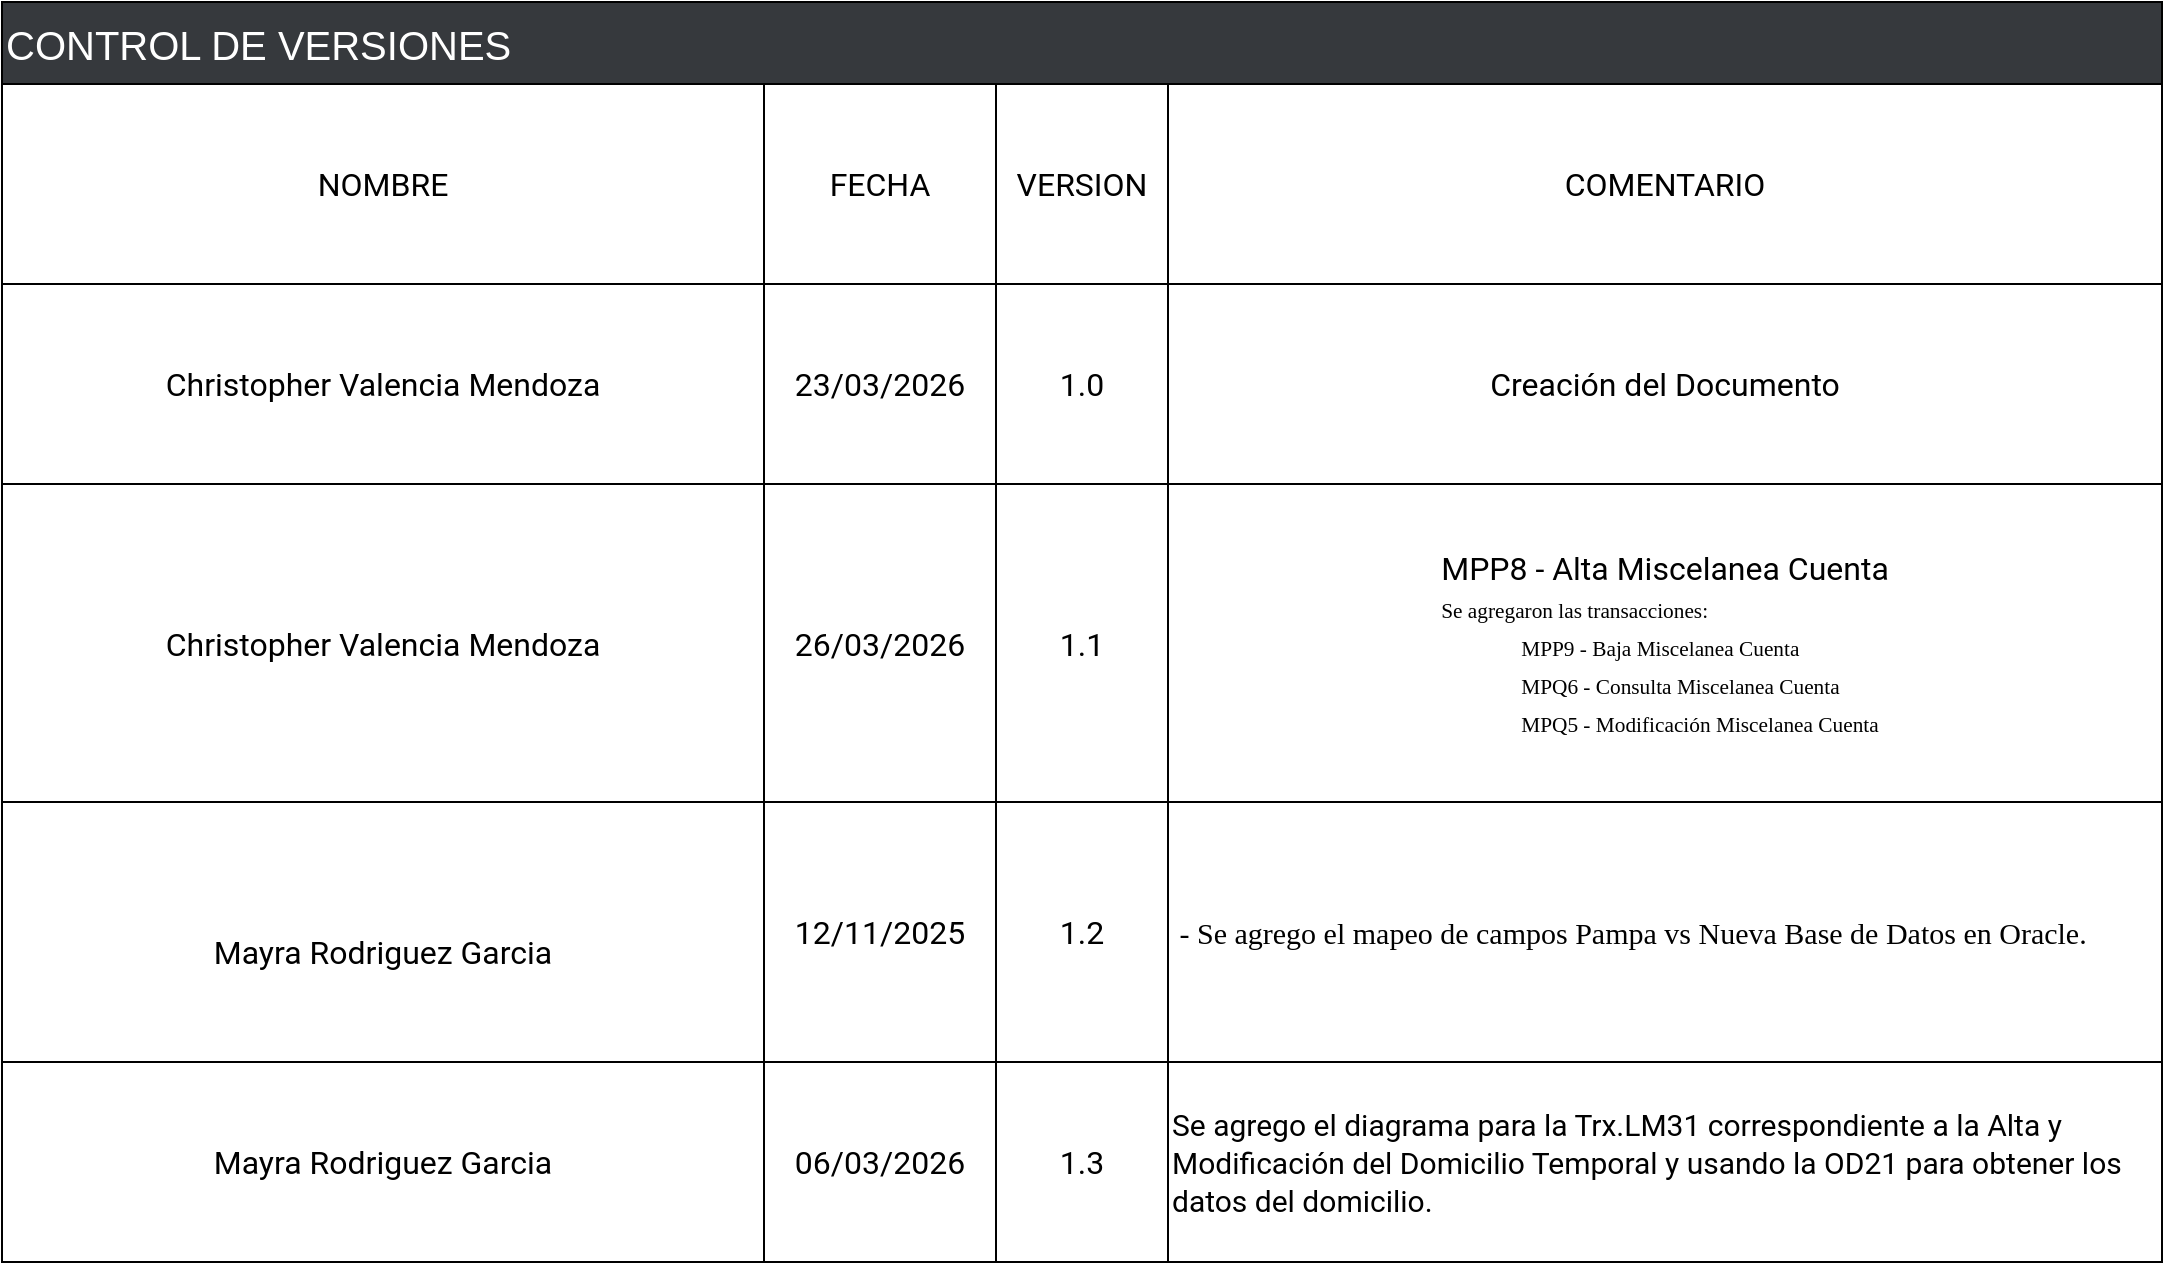
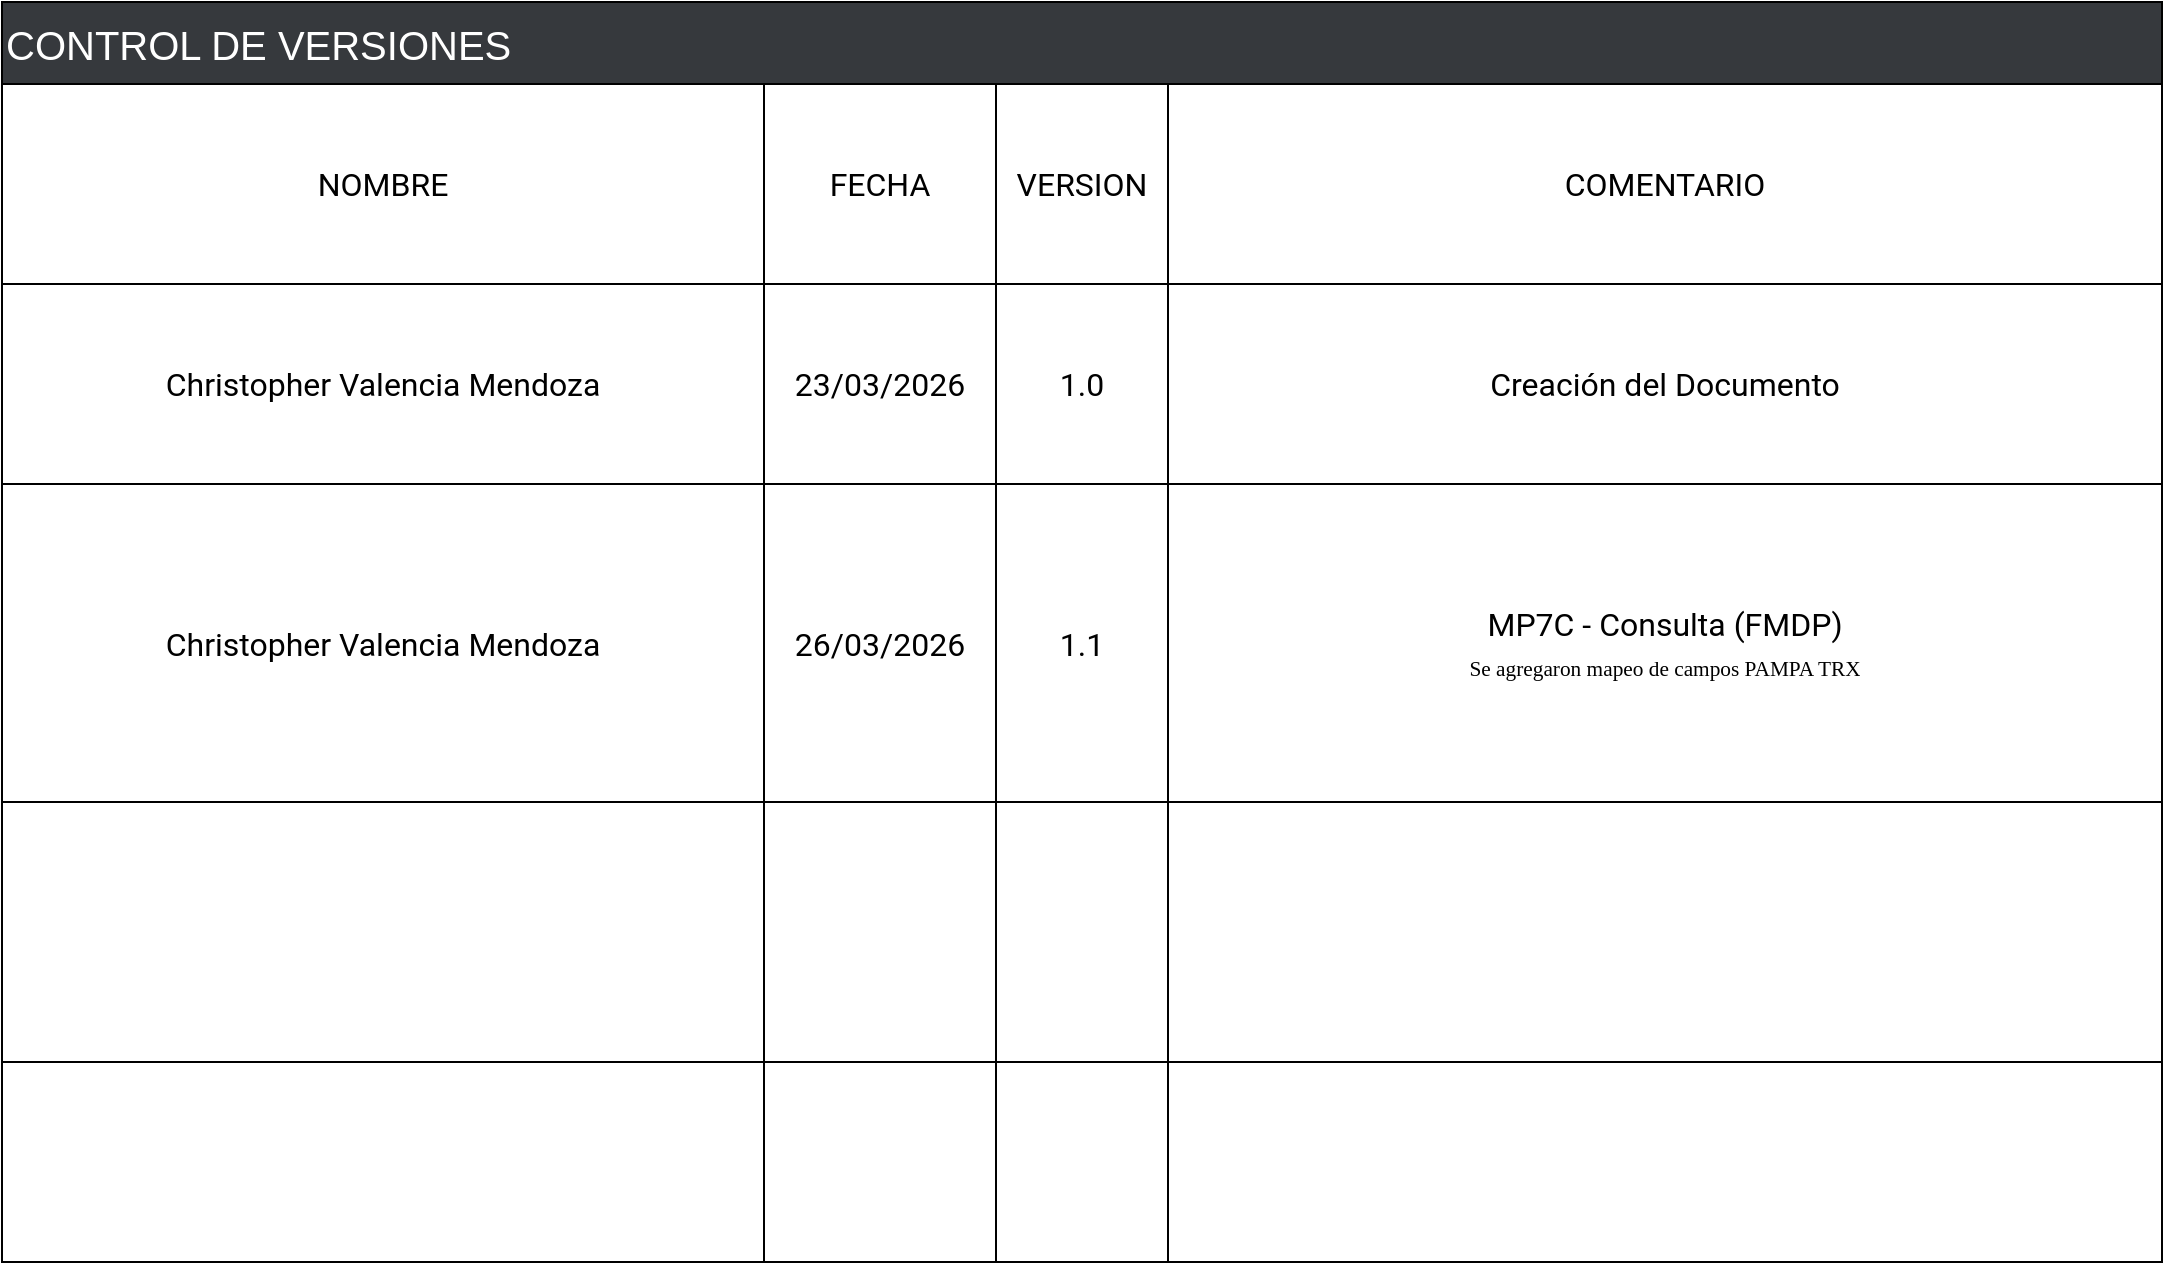
<mxfile host="app.diagrams.net" agent="Mozilla/5.0 (Windows NT 10.0; Win64; x64) AppleWebKit/537.36 (KHTML, like Gecko) Chrome/146.0.0.0 Safari/537.36">
-   <diagram name="Página-1" id="HULUK8qOnNXnypZfuoQ4">
-     <mxGraphModel dx="2171" dy="1400" grid="1" gridSize="10" guides="1" tooltips="1" connect="1" arrows="1" fold="1" page="1" pageScale="1" pageWidth="827" pageHeight="1169" math="0" shadow="0">
+   <diagram name="Versiones" id="HULUK8qOnNXnypZfuoQ4">
+     <mxGraphModel dx="1900" dy="1225" grid="1" gridSize="10" guides="1" tooltips="1" connect="1" arrows="1" fold="1" page="1" pageScale="1" pageWidth="827" pageHeight="1169" math="0" shadow="0">
      <root>
        <mxCell id="0" />
        <mxCell id="1" parent="0" />
        <mxCell id="07AL33FNX4EDTWu7AP5l-1" parent="1" style="shape=table;startSize=0;container=1;collapsible=0;childLayout=tableLayout;fontFamily=Roboto;fontSource=https://fonts.googleapis.com/css?family=Roboto;fontSize=16;strokeWidth=1;align=center;" value="" vertex="1">
          <mxGeometry height="589" width="1080" x="200" y="311" as="geometry" />
        </mxCell>
        <mxCell id="07AL33FNX4EDTWu7AP5l-2" parent="07AL33FNX4EDTWu7AP5l-1" style="shape=partialRectangle;collapsible=0;dropTarget=0;pointerEvents=0;fillColor=none;top=0;left=0;bottom=0;right=0;points=[[0,0.5],[1,0.5]];portConstraint=eastwest;fontFamily=Roboto;fontSource=https://fonts.googleapis.com/css?family=Roboto;fontSize=16;strokeWidth=1;" value="" vertex="1">
          <mxGeometry height="100" width="1080" as="geometry" />
        </mxCell>
        <mxCell id="07AL33FNX4EDTWu7AP5l-3" parent="07AL33FNX4EDTWu7AP5l-2" style="shape=partialRectangle;html=1;whiteSpace=wrap;connectable=0;overflow=hidden;fillColor=none;top=0;left=0;bottom=0;right=0;pointerEvents=1;fontFamily=Roboto;fontSource=https://fonts.googleapis.com/css?family=Roboto;fontSize=16;strokeWidth=1;" value="NOMBRE" vertex="1">
          <mxGeometry height="100" width="381" as="geometry">
            <mxRectangle height="100" width="381" as="alternateBounds" />
          </mxGeometry>
        </mxCell>
        <mxCell id="07AL33FNX4EDTWu7AP5l-4" parent="07AL33FNX4EDTWu7AP5l-2" style="shape=partialRectangle;html=1;whiteSpace=wrap;connectable=0;overflow=hidden;fillColor=none;top=0;left=0;bottom=0;right=0;pointerEvents=1;fontFamily=Roboto;fontSource=https://fonts.googleapis.com/css?family=Roboto;fontSize=16;strokeWidth=1;" value="FECHA" vertex="1">
          <mxGeometry height="100" width="116" x="381" as="geometry">
            <mxRectangle height="100" width="116" as="alternateBounds" />
          </mxGeometry>
        </mxCell>
        <mxCell id="07AL33FNX4EDTWu7AP5l-5" parent="07AL33FNX4EDTWu7AP5l-2" style="shape=partialRectangle;html=1;whiteSpace=wrap;connectable=0;overflow=hidden;fillColor=none;top=0;left=0;bottom=0;right=0;pointerEvents=1;fontFamily=Roboto;fontSource=https://fonts.googleapis.com/css?family=Roboto;fontSize=16;strokeWidth=1;" value="VERSION" vertex="1">
          <mxGeometry height="100" width="86" x="497" as="geometry">
            <mxRectangle height="100" width="86" as="alternateBounds" />
          </mxGeometry>
        </mxCell>
        <mxCell id="07AL33FNX4EDTWu7AP5l-6" parent="07AL33FNX4EDTWu7AP5l-2" style="shape=partialRectangle;html=1;whiteSpace=wrap;connectable=0;overflow=hidden;fillColor=none;top=0;left=0;bottom=0;right=0;pointerEvents=1;fontFamily=Roboto;fontSource=https://fonts.googleapis.com/css?family=Roboto;fontSize=16;strokeWidth=1;" value="COMENTARIO" vertex="1">
          <mxGeometry height="100" width="497" x="583" as="geometry">
            <mxRectangle height="100" width="497" as="alternateBounds" />
          </mxGeometry>
        </mxCell>
        <mxCell id="07AL33FNX4EDTWu7AP5l-7" parent="07AL33FNX4EDTWu7AP5l-1" style="shape=partialRectangle;collapsible=0;dropTarget=0;pointerEvents=0;fillColor=none;top=0;left=0;bottom=0;right=0;points=[[0,0.5],[1,0.5]];portConstraint=eastwest;fontFamily=Roboto;fontSource=https://fonts.googleapis.com/css?family=Roboto;fontSize=16;strokeWidth=1;align=center;" value="" vertex="1">
          <mxGeometry height="100" width="1080" y="100" as="geometry" />
        </mxCell>
        <mxCell id="07AL33FNX4EDTWu7AP5l-8" parent="07AL33FNX4EDTWu7AP5l-7" style="shape=partialRectangle;html=1;whiteSpace=wrap;connectable=0;overflow=hidden;fillColor=none;top=0;left=0;bottom=0;right=0;pointerEvents=1;fontFamily=Roboto;fontSource=https://fonts.googleapis.com/css?family=Roboto;fontSize=16;strokeWidth=1;" value="Christopher Valencia Mendoza" vertex="1">
          <mxGeometry height="100" width="381" as="geometry">
            <mxRectangle height="100" width="381" as="alternateBounds" />
          </mxGeometry>
        </mxCell>
        <mxCell id="07AL33FNX4EDTWu7AP5l-9" parent="07AL33FNX4EDTWu7AP5l-7" style="shape=partialRectangle;html=1;whiteSpace=wrap;connectable=0;overflow=hidden;fillColor=none;top=0;left=0;bottom=0;right=0;pointerEvents=1;fontFamily=Roboto;fontSource=https://fonts.googleapis.com/css?family=Roboto;fontSize=16;strokeWidth=1;" value="23/03/2026" vertex="1">
          <mxGeometry height="100" width="116" x="381" as="geometry">
            <mxRectangle height="100" width="116" as="alternateBounds" />
          </mxGeometry>
        </mxCell>
        <mxCell id="07AL33FNX4EDTWu7AP5l-10" parent="07AL33FNX4EDTWu7AP5l-7" style="shape=partialRectangle;html=1;whiteSpace=wrap;connectable=0;overflow=hidden;fillColor=none;top=0;left=0;bottom=0;right=0;pointerEvents=1;fontFamily=Roboto;fontSource=https://fonts.googleapis.com/css?family=Roboto;fontSize=16;strokeWidth=1;" value="1.0" vertex="1">
          <mxGeometry height="100" width="86" x="497" as="geometry">
            <mxRectangle height="100" width="86" as="alternateBounds" />
          </mxGeometry>
        </mxCell>
        <mxCell id="07AL33FNX4EDTWu7AP5l-11" parent="07AL33FNX4EDTWu7AP5l-7" style="shape=partialRectangle;html=1;whiteSpace=wrap;connectable=0;overflow=hidden;fillColor=none;top=0;left=0;bottom=0;right=0;pointerEvents=1;fontFamily=Roboto;fontSource=https://fonts.googleapis.com/css?family=Roboto;fontSize=16;strokeWidth=1;align=center;" value="Creación del Documento" vertex="1">
          <mxGeometry height="100" width="497" x="583" as="geometry">
            <mxRectangle height="100" width="497" as="alternateBounds" />
          </mxGeometry>
        </mxCell>
        <mxCell id="07AL33FNX4EDTWu7AP5l-12" parent="07AL33FNX4EDTWu7AP5l-1" style="shape=partialRectangle;collapsible=0;dropTarget=0;pointerEvents=0;fillColor=none;top=0;left=0;bottom=0;right=0;points=[[0,0.5],[1,0.5]];portConstraint=eastwest;fontFamily=Roboto;fontSource=https://fonts.googleapis.com/css?family=Roboto;fontSize=16;strokeWidth=1;" value="" vertex="1">
          <mxGeometry height="159" width="1080" y="200" as="geometry" />
        </mxCell>
        <mxCell id="07AL33FNX4EDTWu7AP5l-13" parent="07AL33FNX4EDTWu7AP5l-12" style="shape=partialRectangle;html=1;whiteSpace=wrap;connectable=0;overflow=hidden;fillColor=none;top=0;left=0;bottom=0;right=0;pointerEvents=1;fontFamily=Roboto;fontSource=https://fonts.googleapis.com/css?family=Roboto;fontSize=16;strokeWidth=1;" value="Christopher Valencia Mendoza" vertex="1">
          <mxGeometry height="159" width="381" as="geometry">
            <mxRectangle height="159" width="381" as="alternateBounds" />
          </mxGeometry>
        </mxCell>
        <mxCell id="07AL33FNX4EDTWu7AP5l-14" parent="07AL33FNX4EDTWu7AP5l-12" style="shape=partialRectangle;html=1;whiteSpace=wrap;connectable=0;overflow=hidden;fillColor=none;top=0;left=0;bottom=0;right=0;pointerEvents=1;fontFamily=Roboto;fontSource=https://fonts.googleapis.com/css?family=Roboto;fontSize=16;strokeWidth=1;" value="26/03/2026" vertex="1">
          <mxGeometry height="159" width="116" x="381" as="geometry">
            <mxRectangle height="159" width="116" as="alternateBounds" />
          </mxGeometry>
        </mxCell>
        <mxCell id="07AL33FNX4EDTWu7AP5l-15" parent="07AL33FNX4EDTWu7AP5l-12" style="shape=partialRectangle;html=1;whiteSpace=wrap;connectable=0;overflow=hidden;fillColor=none;top=0;left=0;bottom=0;right=0;pointerEvents=1;fontFamily=Roboto;fontSource=https://fonts.googleapis.com/css?family=Roboto;fontSize=16;strokeWidth=1;" value="1.1" vertex="1">
          <mxGeometry height="159" width="86" x="497" as="geometry">
            <mxRectangle height="159" width="86" as="alternateBounds" />
          </mxGeometry>
        </mxCell>
-         <mxCell id="07AL33FNX4EDTWu7AP5l-16" parent="07AL33FNX4EDTWu7AP5l-12" style="shape=partialRectangle;html=1;whiteSpace=wrap;connectable=0;overflow=hidden;fillColor=none;top=0;left=0;bottom=0;right=0;pointerEvents=1;fontFamily=Roboto;fontSource=https://fonts.googleapis.com/css?family=Roboto;fontSize=16;strokeWidth=1;align=center;" value="&lt;div style=&quot;&quot;&gt;&lt;font&gt;&lt;span style=&quot;background-color: transparent; color: light-dark(rgb(0, 0, 0), rgb(255, 255, 255));&quot;&gt;MPP8 - Alta Miscelanea Cuenta&lt;/span&gt;&lt;/font&gt;&lt;/div&gt;&lt;div style=&quot;text-align: start;&quot;&gt;&lt;font face=&quot;Calibri&quot;&gt;&lt;span style=&quot;font-size: 10.6667px; white-space-collapse: preserve; background-color: rgb(255, 255, 255);&quot;&gt;Se agregaron las transacciones:&lt;/span&gt;&lt;/font&gt;&lt;/div&gt;&lt;blockquote style=&quot;margin: 0 0 0 40px; border: none; padding: 0px;&quot;&gt;&lt;div style=&quot;text-align: start;&quot;&gt;&lt;font face=&quot;Calibri&quot;&gt;&lt;span style=&quot;font-size: 10.6667px; white-space-collapse: preserve; background-color: rgb(255, 255, 255);&quot;&gt;MPP9 - Baja Miscelanea Cuenta&lt;/span&gt;&lt;/font&gt;&lt;/div&gt;&lt;div style=&quot;text-align: start;&quot;&gt;&lt;font face=&quot;Calibri&quot;&gt;&lt;span style=&quot;font-size: 10.6667px; white-space-collapse: preserve; background-color: rgb(255, 255, 255);&quot;&gt;MPQ6 - Consulta &lt;/span&gt;&lt;/font&gt;&lt;span style=&quot;background-color: rgb(255, 255, 255); font-family: Calibri; font-size: 10.6667px; white-space-collapse: preserve; color: light-dark(rgb(0, 0, 0), rgb(255, 255, 255));&quot;&gt;Miscelanea Cuenta&lt;/span&gt;&lt;/div&gt;&lt;div style=&quot;text-align: start;&quot;&gt;&lt;span style=&quot;background-color: rgb(255, 255, 255); font-family: Calibri; font-size: 10.6667px; white-space-collapse: preserve; color: light-dark(rgb(0, 0, 0), rgb(255, 255, 255));&quot;&gt;MPQ5 - Modificación &lt;/span&gt;&lt;span style=&quot;background-color: rgb(255, 255, 255); font-family: Calibri; font-size: 10.6667px; white-space-collapse: preserve; color: light-dark(rgb(0, 0, 0), rgb(255, 255, 255));&quot;&gt;Miscelanea Cuenta&lt;/span&gt;&lt;/div&gt;&lt;/blockquote&gt;" vertex="1">
+         <mxCell id="07AL33FNX4EDTWu7AP5l-16" parent="07AL33FNX4EDTWu7AP5l-12" style="shape=partialRectangle;html=1;whiteSpace=wrap;connectable=0;overflow=hidden;fillColor=none;top=0;left=0;bottom=0;right=0;pointerEvents=1;fontFamily=Roboto;fontSource=https://fonts.googleapis.com/css?family=Roboto;fontSize=16;strokeWidth=1;align=center;" value="&lt;div style=&quot;&quot;&gt;&lt;font&gt;&lt;span style=&quot;background-color: transparent; color: light-dark(rgb(0, 0, 0), rgb(255, 255, 255));&quot;&gt;MP7C - Consulta (FMDP)&lt;/span&gt;&lt;/font&gt;&lt;/div&gt;&lt;div style=&quot;text-align: start;&quot;&gt;&lt;font face=&quot;Calibri&quot;&gt;&lt;span style=&quot;font-size: 10.6667px; white-space-collapse: preserve; background-color: rgb(255, 255, 255);&quot;&gt;Se agregaron mapeo de campos PAMPA TRX&lt;/span&gt;&lt;/font&gt;&lt;/div&gt;" vertex="1">
          <mxGeometry height="159" width="497" x="583" as="geometry">
            <mxRectangle height="159" width="497" as="alternateBounds" />
          </mxGeometry>
        </mxCell>
        <mxCell id="07AL33FNX4EDTWu7AP5l-17" parent="07AL33FNX4EDTWu7AP5l-1" style="shape=partialRectangle;collapsible=0;dropTarget=0;pointerEvents=0;fillColor=none;top=0;left=0;bottom=0;right=0;points=[[0,0.5],[1,0.5]];portConstraint=eastwest;fontFamily=Calibri;fontSize=16;strokeWidth=1;labelBackgroundColor=none;fontColor=default;" vertex="1">
          <mxGeometry height="130" width="1080" y="359" as="geometry" />
        </mxCell>
-         <mxCell id="07AL33FNX4EDTWu7AP5l-18" parent="07AL33FNX4EDTWu7AP5l-17" style="shape=partialRectangle;html=1;whiteSpace=wrap;connectable=0;overflow=hidden;fillColor=none;top=0;left=0;bottom=0;right=0;pointerEvents=1;fontFamily=Roboto;fontSource=https://fonts.googleapis.com/css?family=Roboto;fontSize=16;strokeWidth=1;" value="&lt;span&gt;&lt;span&gt;&lt;br&gt;&lt;span style=&quot;color: rgb(0, 0, 0); font-family: Roboto; font-size: 16px; font-style: normal; font-variant-ligatures: normal; font-variant-caps: normal; font-weight: 400; letter-spacing: normal; orphans: 2; text-align: center; text-indent: 0px; text-transform: none; widows: 2; word-spacing: 0px; -webkit-text-stroke-width: 0px; white-space: normal; text-decoration-thickness: initial; text-decoration-style: initial; text-decoration-color: initial; float: none; display: inline !important;&quot;&gt;Mayra Rodriguez Garcia&lt;/span&gt;&lt;/span&gt;&lt;br&gt;&lt;/span&gt;" vertex="1">
+         <mxCell id="07AL33FNX4EDTWu7AP5l-18" parent="07AL33FNX4EDTWu7AP5l-17" style="shape=partialRectangle;html=1;whiteSpace=wrap;connectable=0;overflow=hidden;fillColor=none;top=0;left=0;bottom=0;right=0;pointerEvents=1;fontFamily=Roboto;fontSource=https://fonts.googleapis.com/css?family=Roboto;fontSize=16;strokeWidth=1;" value="&lt;span&gt;&lt;br&gt;&lt;/span&gt;" vertex="1">
          <mxGeometry height="130" width="381" as="geometry">
            <mxRectangle height="130" width="381" as="alternateBounds" />
          </mxGeometry>
        </mxCell>
-         <mxCell id="07AL33FNX4EDTWu7AP5l-19" parent="07AL33FNX4EDTWu7AP5l-17" style="shape=partialRectangle;html=1;whiteSpace=wrap;connectable=0;overflow=hidden;fillColor=none;top=0;left=0;bottom=0;right=0;pointerEvents=1;fontFamily=Roboto;fontSource=https://fonts.googleapis.com/css?family=Roboto;fontSize=16;strokeWidth=1;" value="12/11/2025" vertex="1">
+         <mxCell id="07AL33FNX4EDTWu7AP5l-19" parent="07AL33FNX4EDTWu7AP5l-17" style="shape=partialRectangle;html=1;whiteSpace=wrap;connectable=0;overflow=hidden;fillColor=none;top=0;left=0;bottom=0;right=0;pointerEvents=1;fontFamily=Roboto;fontSource=https://fonts.googleapis.com/css?family=Roboto;fontSize=16;strokeWidth=1;" value="" vertex="1">
          <mxGeometry height="130" width="116" x="381" as="geometry">
            <mxRectangle height="130" width="116" as="alternateBounds" />
          </mxGeometry>
        </mxCell>
-         <mxCell id="07AL33FNX4EDTWu7AP5l-20" parent="07AL33FNX4EDTWu7AP5l-17" style="shape=partialRectangle;html=1;whiteSpace=wrap;connectable=0;overflow=hidden;fillColor=none;top=0;left=0;bottom=0;right=0;pointerEvents=1;fontFamily=Roboto;fontSource=https://fonts.googleapis.com/css?family=Roboto;fontSize=16;strokeWidth=1;" value="1.2" vertex="1">
+         <mxCell id="07AL33FNX4EDTWu7AP5l-20" parent="07AL33FNX4EDTWu7AP5l-17" style="shape=partialRectangle;html=1;whiteSpace=wrap;connectable=0;overflow=hidden;fillColor=none;top=0;left=0;bottom=0;right=0;pointerEvents=1;fontFamily=Roboto;fontSource=https://fonts.googleapis.com/css?family=Roboto;fontSize=16;strokeWidth=1;" value="" vertex="1">
          <mxGeometry height="130" width="86" x="497" as="geometry">
            <mxRectangle height="130" width="86" as="alternateBounds" />
          </mxGeometry>
        </mxCell>
-         <mxCell id="07AL33FNX4EDTWu7AP5l-21" parent="07AL33FNX4EDTWu7AP5l-17" style="shape=partialRectangle;html=1;whiteSpace=wrap;connectable=0;overflow=hidden;fillColor=none;top=0;left=0;bottom=0;right=0;pointerEvents=1;fontFamily=Times New Roman;fontSize=13;strokeWidth=1;align=left;" value="&lt;font style=&quot;font-size: 15px;&quot;&gt;&amp;nbsp;- Se agrego el mapeo de campos Pampa vs Nueva Base de Datos en Oracle.&lt;/font&gt;" vertex="1">
+         <mxCell id="07AL33FNX4EDTWu7AP5l-21" parent="07AL33FNX4EDTWu7AP5l-17" style="shape=partialRectangle;html=1;whiteSpace=wrap;connectable=0;overflow=hidden;fillColor=none;top=0;left=0;bottom=0;right=0;pointerEvents=1;fontFamily=Times New Roman;fontSize=13;strokeWidth=1;align=left;" value="" vertex="1">
          <mxGeometry height="130" width="497" x="583" as="geometry">
            <mxRectangle height="130" width="497" as="alternateBounds" />
          </mxGeometry>
        </mxCell>
        <mxCell id="07AL33FNX4EDTWu7AP5l-22" parent="07AL33FNX4EDTWu7AP5l-1" style="shape=partialRectangle;collapsible=0;dropTarget=0;pointerEvents=0;fillColor=none;top=0;left=0;bottom=0;right=0;points=[[0,0.5],[1,0.5]];portConstraint=eastwest;fontFamily=Roboto;fontSource=https://fonts.googleapis.com/css?family=Roboto;fontSize=16;strokeWidth=1;" vertex="1">
          <mxGeometry height="100" width="1080" y="489" as="geometry" />
        </mxCell>
-         <mxCell id="07AL33FNX4EDTWu7AP5l-23" parent="07AL33FNX4EDTWu7AP5l-22" style="shape=partialRectangle;html=1;whiteSpace=wrap;connectable=0;overflow=hidden;fillColor=none;top=0;left=0;bottom=0;right=0;pointerEvents=1;fontFamily=Roboto;fontSource=https://fonts.googleapis.com/css?family=Roboto;fontSize=16;strokeWidth=1;" value="Mayra Rodriguez Garcia" vertex="1">
+         <mxCell id="07AL33FNX4EDTWu7AP5l-23" parent="07AL33FNX4EDTWu7AP5l-22" style="shape=partialRectangle;html=1;whiteSpace=wrap;connectable=0;overflow=hidden;fillColor=none;top=0;left=0;bottom=0;right=0;pointerEvents=1;fontFamily=Roboto;fontSource=https://fonts.googleapis.com/css?family=Roboto;fontSize=16;strokeWidth=1;" value="" vertex="1">
          <mxGeometry height="100" width="381" as="geometry">
            <mxRectangle height="100" width="381" as="alternateBounds" />
          </mxGeometry>
        </mxCell>
-         <mxCell id="07AL33FNX4EDTWu7AP5l-24" parent="07AL33FNX4EDTWu7AP5l-22" style="shape=partialRectangle;html=1;whiteSpace=wrap;connectable=0;overflow=hidden;fillColor=none;top=0;left=0;bottom=0;right=0;pointerEvents=1;fontFamily=Roboto;fontSource=https://fonts.googleapis.com/css?family=Roboto;fontSize=16;strokeWidth=1;" value="06/03/2026" vertex="1">
+         <mxCell id="07AL33FNX4EDTWu7AP5l-24" parent="07AL33FNX4EDTWu7AP5l-22" style="shape=partialRectangle;html=1;whiteSpace=wrap;connectable=0;overflow=hidden;fillColor=none;top=0;left=0;bottom=0;right=0;pointerEvents=1;fontFamily=Roboto;fontSource=https://fonts.googleapis.com/css?family=Roboto;fontSize=16;strokeWidth=1;" value="" vertex="1">
          <mxGeometry height="100" width="116" x="381" as="geometry">
            <mxRectangle height="100" width="116" as="alternateBounds" />
          </mxGeometry>
        </mxCell>
-         <mxCell id="07AL33FNX4EDTWu7AP5l-25" parent="07AL33FNX4EDTWu7AP5l-22" style="shape=partialRectangle;html=1;whiteSpace=wrap;connectable=0;overflow=hidden;fillColor=none;top=0;left=0;bottom=0;right=0;pointerEvents=1;fontFamily=Roboto;fontSource=https://fonts.googleapis.com/css?family=Roboto;fontSize=16;strokeWidth=1;" value="1.3" vertex="1">
+         <mxCell id="07AL33FNX4EDTWu7AP5l-25" parent="07AL33FNX4EDTWu7AP5l-22" style="shape=partialRectangle;html=1;whiteSpace=wrap;connectable=0;overflow=hidden;fillColor=none;top=0;left=0;bottom=0;right=0;pointerEvents=1;fontFamily=Roboto;fontSource=https://fonts.googleapis.com/css?family=Roboto;fontSize=16;strokeWidth=1;" value="" vertex="1">
          <mxGeometry height="100" width="86" x="497" as="geometry">
            <mxRectangle height="100" width="86" as="alternateBounds" />
          </mxGeometry>
        </mxCell>
-         <mxCell id="07AL33FNX4EDTWu7AP5l-26" parent="07AL33FNX4EDTWu7AP5l-22" style="shape=partialRectangle;html=1;whiteSpace=wrap;connectable=0;overflow=hidden;fillColor=none;top=0;left=0;bottom=0;right=0;pointerEvents=1;fontFamily=Roboto;fontSource=https://fonts.googleapis.com/css?family=Roboto;fontSize=16;strokeWidth=1;align=left;" value="&lt;font style=&quot;font-size: 15px;&quot;&gt;Se agrego el diagrama para la Trx.LM31 correspondiente a la Alta y&amp;nbsp; Modificación del Domicilio Temporal y usando la OD21 para obtener los datos del domicilio.&lt;/font&gt;" vertex="1">
+         <mxCell id="07AL33FNX4EDTWu7AP5l-26" parent="07AL33FNX4EDTWu7AP5l-22" style="shape=partialRectangle;html=1;whiteSpace=wrap;connectable=0;overflow=hidden;fillColor=none;top=0;left=0;bottom=0;right=0;pointerEvents=1;fontFamily=Roboto;fontSource=https://fonts.googleapis.com/css?family=Roboto;fontSize=16;strokeWidth=1;align=left;" value="" vertex="1">
          <mxGeometry height="100" width="497" x="583" as="geometry">
            <mxRectangle height="100" width="497" as="alternateBounds" />
          </mxGeometry>
        </mxCell>
        <mxCell id="07AL33FNX4EDTWu7AP5l-27" parent="1" style="rounded=0;whiteSpace=wrap;html=1;fontColor=#FFFFFF;labelBackgroundColor=none;fillColor=#36393D;fontSize=20;align=left;" value="&lt;font style=&quot;font-size: 20px;&quot;&gt;CONTROL DE VERSIONES&lt;/font&gt;" vertex="1">
          <mxGeometry height="41" width="1080" x="200" y="270" as="geometry" />
        </mxCell>
      </root>
    </mxGraphModel>
  </diagram>
</mxfile>
